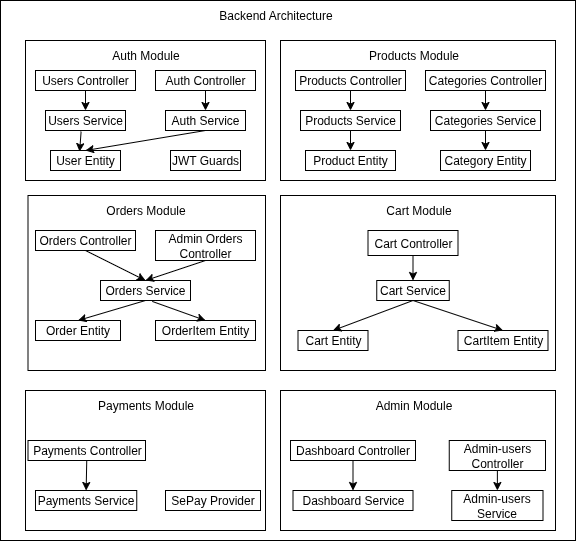
Earlier version of the draw.io export Diagram/Sơ đồ kiến trúc Backend.drawio.png (HaoNgo232/laptop-shop). Source tidied: cells renumbered, new cells last; positions are measured from the earlier drawing's top-left corner, leaving out a move shared by most shapes. Source of this version:
```xml
<mxGraphModel>
  <root>
    <mxCell id="0" />
    <mxCell id="1" parent="0" />
    <mxCell id="2" style="rounded=0;whiteSpace=wrap;html=1;" parent="1" vertex="1">
      <mxGeometry width="575" height="540" as="geometry" />
    </mxCell>
    <mxCell id="3" style="rounded=0;whiteSpace=wrap;html=1;" parent="1" vertex="1">
      <mxGeometry x="280" y="390" width="275" height="140" as="geometry" />
    </mxCell>
    <mxCell id="4" style="rounded=0;whiteSpace=wrap;html=1;" parent="1" vertex="1">
      <mxGeometry x="25" y="390" width="240" height="140" as="geometry" />
    </mxCell>
    <mxCell id="5" style="rounded=0;whiteSpace=wrap;html=1;" parent="1" vertex="1">
      <mxGeometry x="280" y="195" width="275" height="175" as="geometry" />
    </mxCell>
    <mxCell id="6" style="rounded=0;whiteSpace=wrap;html=1;" parent="1" vertex="1">
      <mxGeometry x="27.5" y="195" width="237.5" height="175" as="geometry" />
    </mxCell>
    <mxCell id="7" style="rounded=0;whiteSpace=wrap;html=1;" parent="1" vertex="1">
      <mxGeometry x="280" y="40" width="275" height="140" as="geometry" />
    </mxCell>
    <mxCell id="8" style="rounded=0;whiteSpace=wrap;html=1;" parent="1" vertex="1">
      <mxGeometry x="25" y="40" width="240" height="140" as="geometry" />
    </mxCell>
    <mxCell id="9" value="Auth Controller" style="rounded=0;whiteSpace=wrap;html=1;" parent="1" vertex="1">
      <mxGeometry x="155" y="70" width="100" height="20" as="geometry" />
    </mxCell>
    <mxCell id="10" value="Auth Service" style="whiteSpace=wrap;html=1;" parent="1" vertex="1">
      <mxGeometry x="165" y="110" width="80" height="20" as="geometry" />
    </mxCell>
    <mxCell id="11" value="User Entity" style="whiteSpace=wrap;html=1;" parent="1" vertex="1">
      <mxGeometry x="50" y="150" width="70" height="20" as="geometry" />
    </mxCell>
    <mxCell id="12" value="Users Controller" style="whiteSpace=wrap;html=1;" parent="1" vertex="1">
      <mxGeometry x="35" y="70" width="100" height="20" as="geometry" />
    </mxCell>
    <mxCell id="13" value="Users Service" style="whiteSpace=wrap;html=1;" parent="1" vertex="1">
      <mxGeometry x="45" y="110" width="80" height="20" as="geometry" />
    </mxCell>
    <mxCell id="14" style="endArrow=classic;html=1;rounded=0;exitX=0.5;exitY=1;exitDx=0;exitDy=0;" parent="1" edge="1" source="9" target="10">
      <mxGeometry relative="1" as="geometry" />
    </mxCell>
    <mxCell id="15" style="endArrow=classic;html=1;rounded=0;exitX=0.5;exitY=1;exitDx=0;exitDy=0;" parent="1" edge="1" source="12" target="13">
      <mxGeometry relative="1" as="geometry" />
    </mxCell>
    <mxCell id="16" style="endArrow=classic;html=1;rounded=0;entryX=0.5;entryY=0;entryDx=0;entryDy=0;exitX=0.5;exitY=1;exitDx=0;exitDy=0;" parent="1" edge="1" source="10" target="11">
      <mxGeometry relative="1" as="geometry" />
    </mxCell>
    <mxCell id="17" style="endArrow=classic;html=1;rounded=0;exitX=0.445;exitY=1.057;exitDx=0;exitDy=0;exitPerimeter=0;entryX=0.416;entryY=0.057;entryDx=0;entryDy=0;entryPerimeter=0;" parent="1" edge="1" source="13" target="11">
      <mxGeometry relative="1" as="geometry" />
    </mxCell>
    <mxCell id="18" value="JWT Guards" style="rounded=0;whiteSpace=wrap;html=1;" parent="1" vertex="1">
      <mxGeometry x="170" y="150" width="70" height="20" as="geometry" />
    </mxCell>
    <mxCell id="19" value="Auth Module" style="text;html=1;align=center;verticalAlign=middle;strokeColor=none;fillColor=none;" parent="1" vertex="1">
      <mxGeometry x="100" y="40" width="90" height="30" as="geometry" />
    </mxCell>
    <mxCell id="20" value="Products Controller" style="whiteSpace=wrap;html=1;" parent="1" vertex="1">
      <mxGeometry x="295" y="70" width="110" height="20" as="geometry" />
    </mxCell>
    <mxCell id="21" value="Products Service" style="whiteSpace=wrap;html=1;" parent="1" vertex="1">
      <mxGeometry x="300" y="110" width="100" height="20" as="geometry" />
    </mxCell>
    <mxCell id="22" value="Product Entity" style="whiteSpace=wrap;html=1;" parent="1" vertex="1">
      <mxGeometry x="305" y="150" width="90" height="20" as="geometry" />
    </mxCell>
    <mxCell id="23" value="Categories Controller" style="whiteSpace=wrap;html=1;" parent="1" vertex="1">
      <mxGeometry x="425" y="70" width="120" height="20" as="geometry" />
    </mxCell>
    <mxCell id="24" value="Categories Service" style="whiteSpace=wrap;html=1;" parent="1" vertex="1">
      <mxGeometry x="430" y="110" width="110" height="20" as="geometry" />
    </mxCell>
    <mxCell id="25" value="Category Entity" style="whiteSpace=wrap;html=1;" parent="1" vertex="1">
      <mxGeometry x="440" y="150" width="90" height="20" as="geometry" />
    </mxCell>
    <mxCell id="26" style="endArrow=classic;html=1;rounded=0;entryX=0.5;entryY=0;entryDx=0;entryDy=0;exitX=0.5;exitY=1;exitDx=0;exitDy=0;" parent="1" edge="1" source="20" target="21">
      <mxGeometry relative="1" as="geometry" />
    </mxCell>
    <mxCell id="27" style="endArrow=classic;html=1;rounded=0;entryX=0.5;entryY=0;entryDx=0;entryDy=0;exitX=0.5;exitY=1;exitDx=0;exitDy=0;" parent="1" edge="1" source="23" target="24">
      <mxGeometry relative="1" as="geometry" />
    </mxCell>
    <mxCell id="28" style="endArrow=classic;html=1;rounded=0;entryX=0.5;entryY=0;entryDx=0;entryDy=0;exitX=0.5;exitY=1;exitDx=0;exitDy=0;" parent="1" edge="1" source="21" target="22">
      <mxGeometry relative="1" as="geometry" />
    </mxCell>
    <mxCell id="29" style="endArrow=classic;html=1;rounded=0;entryX=0.5;entryY=0;entryDx=0;entryDy=0;exitX=0.5;exitY=1;exitDx=0;exitDy=0;" parent="1" edge="1" source="24" target="25">
      <mxGeometry relative="1" as="geometry" />
    </mxCell>
    <mxCell id="30" value="Products Module" style="text;html=1;align=center;verticalAlign=middle;strokeColor=none;fillColor=none;" parent="1" vertex="1">
      <mxGeometry x="357.5" y="40" width="110" height="30" as="geometry" />
    </mxCell>
    <mxCell id="31" value="Orders Controller" style="whiteSpace=wrap;html=1;" parent="1" vertex="1">
      <mxGeometry x="35" y="230" width="100" height="20" as="geometry" />
    </mxCell>
    <mxCell id="32" value="Orders Service" style="whiteSpace=wrap;html=1;" parent="1" vertex="1">
      <mxGeometry x="100" y="280" width="90" height="20" as="geometry" />
    </mxCell>
    <mxCell id="33" value="Order Entity" style="whiteSpace=wrap;html=1;" parent="1" vertex="1">
      <mxGeometry x="35" y="320" width="85" height="20" as="geometry" />
    </mxCell>
    <mxCell id="34" value="Admin Orders Controller" style="whiteSpace=wrap;html=1;" parent="1" vertex="1">
      <mxGeometry x="155" y="230" width="100" height="30" as="geometry" />
    </mxCell>
    <mxCell id="35" value="OrderItem Entity" style="whiteSpace=wrap;html=1;" parent="1" vertex="1">
      <mxGeometry x="155" y="320" width="100" height="20" as="geometry" />
    </mxCell>
    <mxCell id="36" style="endArrow=classic;html=1;rounded=0;entryX=0.5;entryY=0;entryDx=0;entryDy=0;exitX=0.5;exitY=1;exitDx=0;exitDy=0;" parent="1" edge="1" source="31" target="32">
      <mxGeometry relative="1" as="geometry" />
    </mxCell>
    <mxCell id="37" style="endArrow=classic;html=1;rounded=0;entryX=0.5;entryY=0;entryDx=0;entryDy=0;exitX=0.5;exitY=1;exitDx=0;exitDy=0;" parent="1" edge="1" source="34" target="32">
      <mxGeometry relative="1" as="geometry" />
    </mxCell>
    <mxCell id="38" style="endArrow=classic;html=1;rounded=0;entryX=0.5;entryY=0;entryDx=0;entryDy=0;exitX=0.5;exitY=1;exitDx=0;exitDy=0;" parent="1" edge="1" source="32" target="33">
      <mxGeometry relative="1" as="geometry" />
    </mxCell>
    <mxCell id="39" style="endArrow=classic;html=1;rounded=0;entryX=0.5;entryY=0;entryDx=0;entryDy=0;exitX=0.575;exitY=1.046;exitDx=0;exitDy=0;exitPerimeter=0;" parent="1" edge="1" source="32" target="35">
      <mxGeometry relative="1" as="geometry" />
    </mxCell>
    <mxCell id="40" value="Orders Module" style="text;html=1;align=center;verticalAlign=middle;strokeColor=none;fillColor=none;" parent="1" vertex="1">
      <mxGeometry x="95" y="195" width="100" height="30" as="geometry" />
    </mxCell>
    <mxCell id="41" value="Cart Service" style="whiteSpace=wrap;html=1;" parent="1" vertex="1">
      <mxGeometry x="376.2" y="280" width="72.5" height="20" as="geometry" />
    </mxCell>
    <mxCell id="42" value="Cart Entity" style="whiteSpace=wrap;html=1;" parent="1" vertex="1">
      <mxGeometry x="297.5" y="330" width="70" height="20" as="geometry" />
    </mxCell>
    <mxCell id="43" value="CartItem Entity" style="whiteSpace=wrap;html=1;" parent="1" vertex="1">
      <mxGeometry x="457.5" y="330" width="90" height="20" as="geometry" />
    </mxCell>
    <mxCell id="44" value="Cart Controller" style="whiteSpace=wrap;html=1;" parent="1" vertex="1">
      <mxGeometry x="367.5" y="230" width="90" height="25" as="geometry" />
    </mxCell>
    <mxCell id="45" style="endArrow=classic;html=1;rounded=0;entryX=0.5;entryY=0;entryDx=0;entryDy=0;exitX=0.5;exitY=1;exitDx=0;exitDy=0;" parent="1" edge="1" source="44" target="41">
      <mxGeometry relative="1" as="geometry" />
    </mxCell>
    <mxCell id="46" style="endArrow=classic;html=1;rounded=0;entryX=0.5;entryY=0;entryDx=0;entryDy=0;exitX=0.5;exitY=1;exitDx=0;exitDy=0;" parent="1" edge="1" source="41" target="42">
      <mxGeometry relative="1" as="geometry" />
    </mxCell>
    <mxCell id="47" style="endArrow=classic;html=1;rounded=0;entryX=0.5;entryY=0;entryDx=0;entryDy=0;exitX=0.5;exitY=1;exitDx=0;exitDy=0;" parent="1" edge="1" source="41" target="43">
      <mxGeometry relative="1" as="geometry" />
    </mxCell>
    <mxCell id="48" value="Cart Module" style="text;html=1;align=center;verticalAlign=middle;strokeColor=none;fillColor=none;" parent="1" vertex="1">
      <mxGeometry x="372.5" y="195" width="90" height="30" as="geometry" />
    </mxCell>
    <mxCell id="49" value="Payments Module" style="text;html=1;align=center;verticalAlign=middle;strokeColor=none;fillColor=none;" parent="1" vertex="1">
      <mxGeometry x="85" y="390" width="120" height="30" as="geometry" />
    </mxCell>
    <mxCell id="50" value="Payments Controller" style="whiteSpace=wrap;html=1;" parent="1" vertex="1">
      <mxGeometry x="27.5" y="440" width="117.5" height="20" as="geometry" />
    </mxCell>
    <mxCell id="51" value="Payments Service" style="whiteSpace=wrap;html=1;" parent="1" vertex="1">
      <mxGeometry x="35" y="490" width="101.2" height="20" as="geometry" />
    </mxCell>
    <mxCell id="52" value="SePay Provider" style="whiteSpace=wrap;html=1;" parent="1" vertex="1">
      <mxGeometry x="165" y="490" width="95" height="20" as="geometry" />
    </mxCell>
    <mxCell id="53" style="endArrow=classic;html=1;rounded=0;entryX=0.5;entryY=0;entryDx=0;entryDy=0;exitX=0.5;exitY=1;exitDx=0;exitDy=0;" parent="1" edge="1" source="50" target="51">
      <mxGeometry relative="1" as="geometry" />
    </mxCell>
    <mxCell id="54" value="Dashboard Controller" style="whiteSpace=wrap;html=1;" parent="1" vertex="1">
      <mxGeometry x="290" y="440" width="125" height="20" as="geometry" />
    </mxCell>
    <mxCell id="55" value="Dashboard Service" style="whiteSpace=wrap;html=1;" parent="1" vertex="1">
      <mxGeometry x="292.5" y="490" width="120" height="20" as="geometry" />
    </mxCell>
    <mxCell id="56" value="Admin-users Controller" style="whiteSpace=wrap;html=1;" parent="1" vertex="1">
      <mxGeometry x="448.8" y="440" width="96.2" height="30" as="geometry" />
    </mxCell>
    <mxCell id="57" value="Admin-users Service" style="whiteSpace=wrap;html=1;" parent="1" vertex="1">
      <mxGeometry x="451.2" y="490" width="91.2" height="30" as="geometry" />
    </mxCell>
    <mxCell id="58" value="Admin Module" style="text;html=1;align=center;verticalAlign=middle;strokeColor=none;fillColor=none;" parent="1" vertex="1">
      <mxGeometry x="362.5" y="390" width="100" height="30" as="geometry" />
    </mxCell>
    <mxCell id="59" style="endArrow=classic;html=1;rounded=0;entryX=0.5;entryY=0;entryDx=0;entryDy=0;exitX=0.5;exitY=1;exitDx=0;exitDy=0;" parent="1" edge="1" source="54" target="55">
      <mxGeometry relative="1" as="geometry" />
    </mxCell>
    <mxCell id="60" style="endArrow=classic;html=1;rounded=0;entryX=0.5;entryY=0;entryDx=0;entryDy=0;exitX=0.5;exitY=1;exitDx=0;exitDy=0;" parent="1" edge="1" source="56" target="57">
      <mxGeometry relative="1" as="geometry" />
    </mxCell>
    <mxCell id="61" value="Backend Architecture" style="text;html=1;align=center;verticalAlign=middle;strokeColor=none;fillColor=none;" parent="1" vertex="1">
      <mxGeometry x="205" width="140" height="30" as="geometry" />
    </mxCell>
  </root>
</mxGraphModel>
```
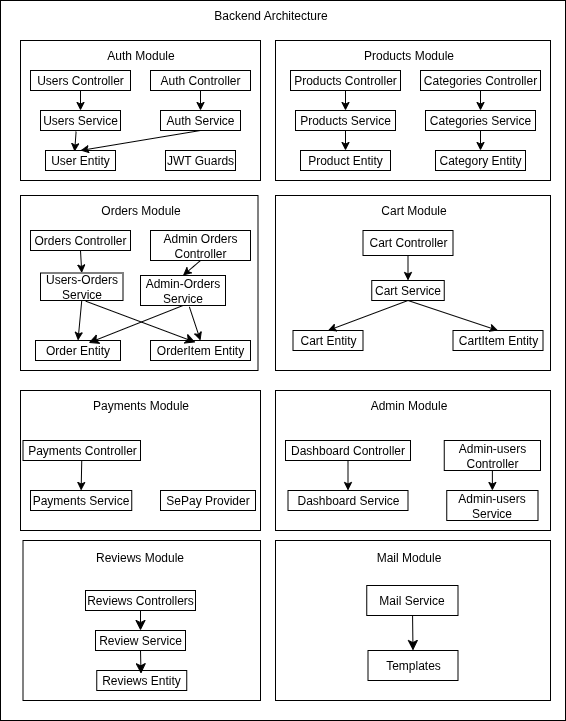
The same diagram one commit later.

The edit, as a diff of the source:
```diff
@@ -3,8 +3,14 @@
     <mxCell id="0" />
     <mxCell id="1" parent="0" />
     <mxCell id="2" style="rounded=0;whiteSpace=wrap;html=1;" parent="1" vertex="1">
-      <mxGeometry width="575" height="540" as="geometry" />
+      <mxGeometry x="5" width="565" height="720" as="geometry" />
     </mxCell>
+    <mxCell id="62" style="whiteSpace=wrap;html=1;" parent="1" vertex="1">
+      <mxGeometry x="280" y="540" width="275" height="160" as="geometry" />
+    </mxCell>
+    <mxCell id="63" style="whiteSpace=wrap;html=1;" parent="1" vertex="1">
+      <mxGeometry x="27.5" y="540" width="237.5" height="160" as="geometry" />
+    </mxCell>
     <mxCell id="3" style="rounded=0;whiteSpace=wrap;html=1;" parent="1" vertex="1">
       <mxGeometry x="280" y="390" width="275" height="140" as="geometry" />
     </mxCell>
@@ -15,7 +21,7 @@
       <mxGeometry x="280" y="195" width="275" height="175" as="geometry" />
     </mxCell>
     <mxCell id="6" style="rounded=0;whiteSpace=wrap;html=1;" parent="1" vertex="1">
-      <mxGeometry x="27.5" y="195" width="237.5" height="175" as="geometry" />
+      <mxGeometry x="25" y="195" width="237.5" height="175" as="geometry" />
     </mxCell>
     <mxCell id="7" style="rounded=0;whiteSpace=wrap;html=1;" parent="1" vertex="1">
       <mxGeometry x="280" y="40" width="275" height="140" as="geometry" />
@@ -92,25 +98,25 @@
     <mxCell id="31" value="Orders Controller" style="whiteSpace=wrap;html=1;" parent="1" vertex="1">
       <mxGeometry x="35" y="230" width="100" height="20" as="geometry" />
     </mxCell>
-    <mxCell id="32" value="Orders Service" style="whiteSpace=wrap;html=1;" parent="1" vertex="1">
-      <mxGeometry x="100" y="280" width="90" height="20" as="geometry" />
+    <mxCell id="32" value="Admin-Orders Service" style="whiteSpace=wrap;html=1;" parent="1" vertex="1">
+      <mxGeometry x="145" y="275" width="85" height="30" as="geometry" />
     </mxCell>
     <mxCell id="33" value="Order Entity" style="whiteSpace=wrap;html=1;" parent="1" vertex="1">
-      <mxGeometry x="35" y="320" width="85" height="20" as="geometry" />
+      <mxGeometry x="40" y="340" width="85" height="20" as="geometry" />
     </mxCell>
     <mxCell id="34" value="Admin Orders Controller" style="whiteSpace=wrap;html=1;" parent="1" vertex="1">
       <mxGeometry x="155" y="230" width="100" height="30" as="geometry" />
     </mxCell>
     <mxCell id="35" value="OrderItem Entity" style="whiteSpace=wrap;html=1;" parent="1" vertex="1">
-      <mxGeometry x="155" y="320" width="100" height="20" as="geometry" />
+      <mxGeometry x="155" y="340" width="100" height="20" as="geometry" />
     </mxCell>
-    <mxCell id="36" style="endArrow=classic;html=1;rounded=0;entryX=0.5;entryY=0;entryDx=0;entryDy=0;exitX=0.5;exitY=1;exitDx=0;exitDy=0;" parent="1" edge="1" source="31" target="32">
+    <mxCell id="36" style="endArrow=classic;html=1;rounded=0;entryX=0.5;entryY=0;entryDx=0;entryDy=0;exitX=0.5;exitY=1;exitDx=0;exitDy=0;" parent="1" edge="1" source="31" target="64">
       <mxGeometry relative="1" as="geometry" />
     </mxCell>
     <mxCell id="37" style="endArrow=classic;html=1;rounded=0;entryX=0.5;entryY=0;entryDx=0;entryDy=0;exitX=0.5;exitY=1;exitDx=0;exitDy=0;" parent="1" edge="1" source="34" target="32">
       <mxGeometry relative="1" as="geometry" />
     </mxCell>
-    <mxCell id="38" style="endArrow=classic;html=1;rounded=0;entryX=0.5;entryY=0;entryDx=0;entryDy=0;exitX=0.5;exitY=1;exitDx=0;exitDy=0;" parent="1" edge="1" source="32" target="33">
+    <mxCell id="38" style="endArrow=classic;html=1;rounded=0;entryX=0.5;entryY=0;entryDx=0;entryDy=0;exitX=0.5;exitY=1;exitDx=0;exitDy=0;" parent="1" edge="1" source="64" target="33">
       <mxGeometry relative="1" as="geometry" />
     </mxCell>
     <mxCell id="39" style="endArrow=classic;html=1;rounded=0;entryX=0.5;entryY=0;entryDx=0;entryDy=0;exitX=0.575;exitY=1.046;exitDx=0;exitDy=0;exitPerimeter=0;" parent="1" edge="1" source="32" target="35">
@@ -182,5 +188,44 @@
     <mxCell id="61" value="Backend Architecture" style="text;html=1;align=center;verticalAlign=middle;strokeColor=none;fillColor=none;" parent="1" vertex="1">
       <mxGeometry x="205" width="140" height="30" as="geometry" />
     </mxCell>
+    <mxCell id="64" value="Users-Orders Service" style="whiteSpace=wrap;html=1;" parent="1" vertex="1">
+      <mxGeometry x="45" y="272.5" width="82.5" height="27.5" as="geometry" />
+    </mxCell>
+    <mxCell id="65" style="endArrow=classic;html=1;rounded=0;fontSize=12;startSize=8;endSize=8;curved=1;entryX=0.45;entryY=0.093;entryDx=0;entryDy=0;entryPerimeter=0;exitX=0.549;exitY=1.026;exitDx=0;exitDy=0;exitPerimeter=0;" parent="1" edge="1" source="64" target="35">
+      <mxGeometry relative="1" as="geometry" />
+    </mxCell>
+    <mxCell id="66" style="endArrow=classic;html=1;rounded=0;fontSize=12;startSize=8;endSize=8;curved=1;entryX=0.625;entryY=0.121;entryDx=0;entryDy=0;entryPerimeter=0;exitX=0.5;exitY=1;exitDx=0;exitDy=0;" parent="1" edge="1" source="32" target="33">
+      <mxGeometry relative="1" as="geometry" />
+    </mxCell>
+    <mxCell id="67" value="Reviews Controllers" style="whiteSpace=wrap;html=1;" parent="1" vertex="1">
+      <mxGeometry x="90" y="590" width="110" height="20" as="geometry" />
+    </mxCell>
+    <mxCell id="68" value="Review Service" style="whiteSpace=wrap;html=1;" parent="1" vertex="1">
+      <mxGeometry x="100" y="630" width="90" height="20" as="geometry" />
+    </mxCell>
+    <mxCell id="69" value="Reviews Entity" style="whiteSpace=wrap;html=1;" parent="1" vertex="1">
+      <mxGeometry x="101.2" y="670" width="90" height="20" as="geometry" />
+    </mxCell>
+    <mxCell id="70" value="Mail Service" style="whiteSpace=wrap;html=1;" parent="1" vertex="1">
+      <mxGeometry x="371.2" y="585" width="91.2" height="30" as="geometry" />
+    </mxCell>
+    <mxCell id="71" value="Templates" style="whiteSpace=wrap;html=1;" parent="1" vertex="1">
+      <mxGeometry x="372.5" y="650" width="90" height="30" as="geometry" />
+    </mxCell>
+    <mxCell id="72" value="&lt;font style=&quot;font-size: 12px;&quot;&gt;Reviews Module&lt;/font&gt;" style="text;html=1;align=center;verticalAlign=middle;strokeColor=none;fillColor=none;fontSize=16;" parent="1" vertex="1">
+      <mxGeometry x="88.8" y="540" width="110" height="30" as="geometry" />
+    </mxCell>
+    <mxCell id="73" style="endArrow=classic;html=1;rounded=0;fontSize=12;startSize=8;endSize=8;curved=1;entryX=0.5;entryY=0;entryDx=0;entryDy=0;exitX=0.5;exitY=1;exitDx=0;exitDy=0;" parent="1" edge="1" source="67" target="68">
+      <mxGeometry relative="1" as="geometry" />
+    </mxCell>
+    <mxCell id="74" style="endArrow=classic;html=1;rounded=0;fontSize=12;startSize=8;endSize=8;curved=1;entryX=0.492;entryY=0.162;entryDx=0;entryDy=0;entryPerimeter=0;exitX=0.5;exitY=1;exitDx=0;exitDy=0;" parent="1" edge="1" source="68" target="69">
+      <mxGeometry relative="1" as="geometry" />
+    </mxCell>
+    <mxCell id="75" value="&lt;font style=&quot;font-size: 12px;&quot;&gt;Mail Module&lt;/font&gt;" style="text;html=1;align=center;verticalAlign=middle;strokeColor=none;fillColor=none;fontSize=16;" parent="1" vertex="1">
+      <mxGeometry x="367.5" y="540" width="90" height="30" as="geometry" />
+    </mxCell>
+    <mxCell id="76" style="endArrow=classic;html=1;rounded=0;fontSize=12;startSize=8;endSize=8;curved=1;entryX=0.5;entryY=0;entryDx=0;entryDy=0;" parent="1" edge="1" source="70" target="71">
+      <mxGeometry relative="1" as="geometry" />
+    </mxCell>
   </root>
 </mxGraphModel>
```
